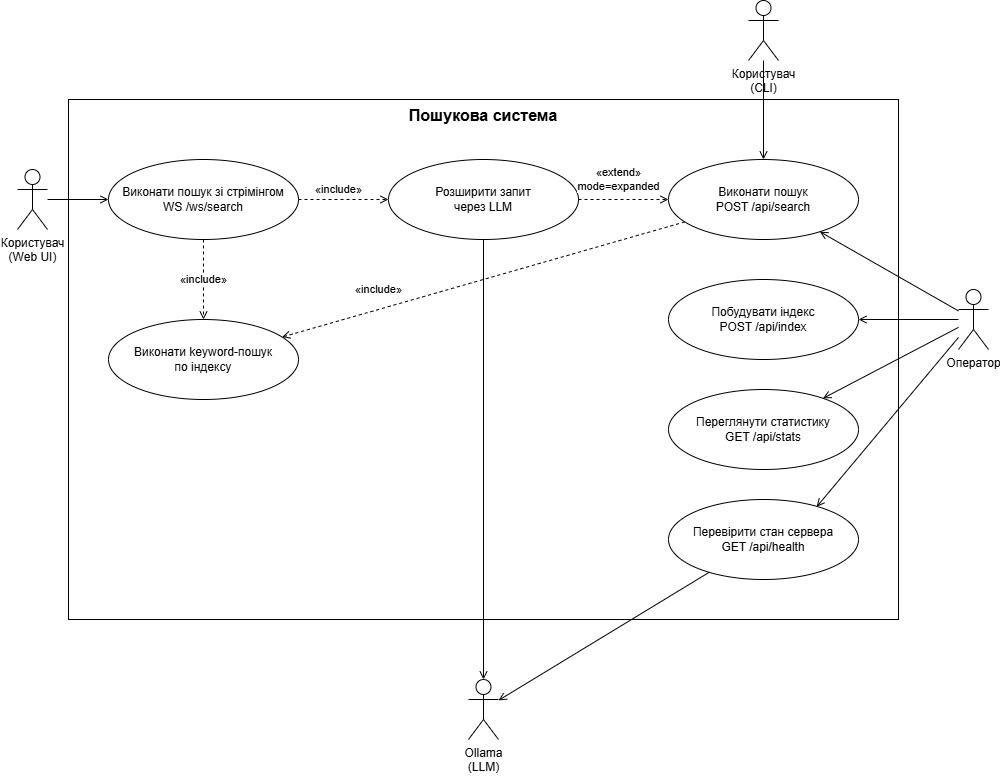
Before: docs/diagrams/use-case.drawio.png, a diagram exported from draw.io (KarasovDmytro/course_work_parallel_computing). Source tidied: cells renumbered, new cells last; positions are measured from the earlier drawing's top-left corner, leaving out a move shared by most shapes.
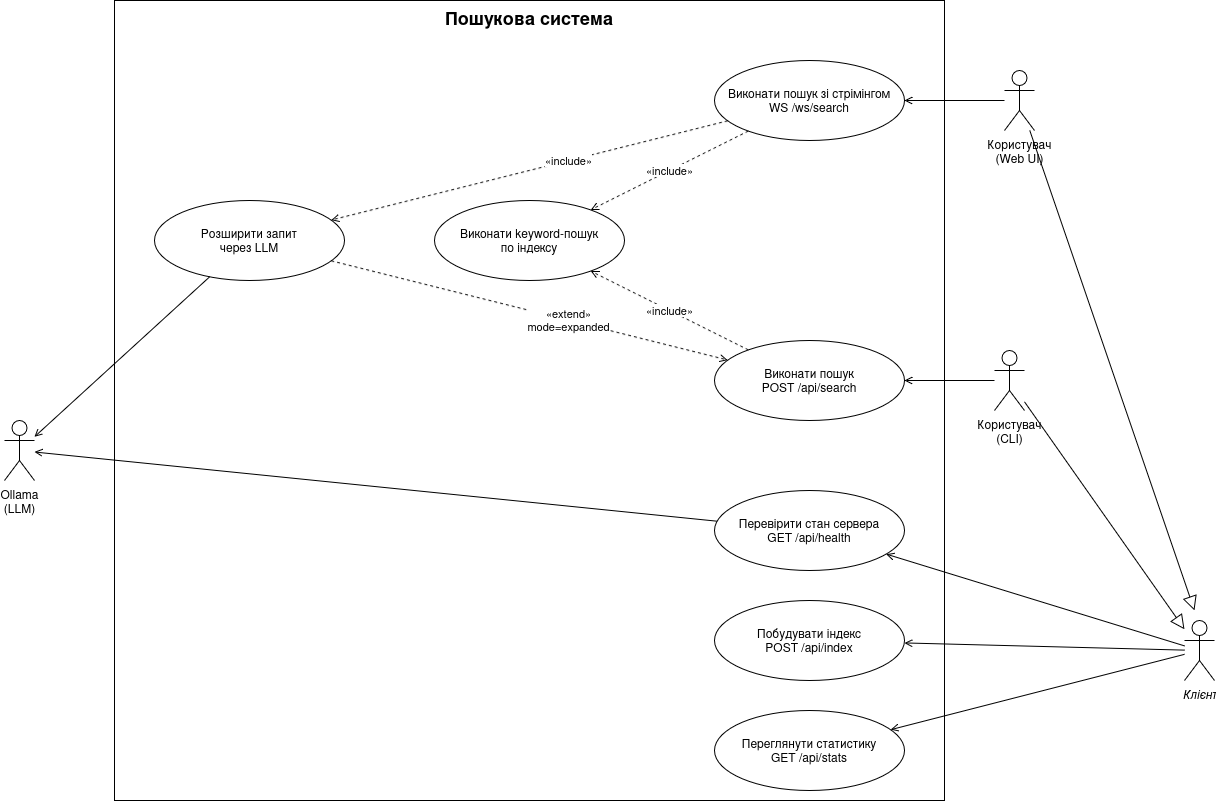
After the commit.

What changed in the source:
```diff
@@ -2,74 +2,76 @@
   <root>
     <mxCell id="0" />
     <mxCell id="1" parent="0" />
-    <mxCell id="2" value="&lt;font style=&quot;font-size: 16px;&quot;&gt;Пошукова система&lt;/font&gt;" style="rounded=0;whiteSpace=wrap;html=1;verticalAlign=top;fillColor=none;fontStyle=1;strokeColor=default;labelBorderColor=none;textShadow=0;labelBackgroundColor=none;" parent="1" vertex="1">
-      <mxGeometry x="51" y="99" width="830" height="520" as="geometry" />
+    <mxCell id="2" value="&lt;font style=&quot;font-size: 18px;&quot;&gt;Пошукова система&lt;/font&gt;" style="rounded=0;whiteSpace=wrap;html=1;verticalAlign=top;fillColor=none;fontStyle=1;strokeColor=default;labelBorderColor=none;textShadow=0;labelBackgroundColor=none;" parent="1" vertex="1">
+      <mxGeometry x="151" y="59" width="830" height="800" as="geometry" />
     </mxCell>
     <mxCell id="3" value="Виконати пошук зі стрімінгом&lt;br&gt;WS /ws/search" style="ellipse;whiteSpace=wrap;html=1;fillColor=default;strokeColor=default;align=center;verticalAlign=middle;fontFamily=Helvetica;fontSize=12;fontColor=default;" parent="1" vertex="1">
-      <mxGeometry x="91" y="159" width="190" height="80" as="geometry" />
+      <mxGeometry x="751" y="119" width="190" height="80" as="geometry" />
     </mxCell>
-    <mxCell id="4" value="Розширити запит&lt;br&gt;через LLM" style="ellipse;whiteSpace=wrap;html=1;fillColor=default;strokeColor=default;align=center;verticalAlign=middle;fontFamily=Helvetica;fontSize=12;fontColor=default;" parent="1" vertex="1">
-      <mxGeometry x="371" y="159" width="190" height="80" as="geometry" />
-    </mxCell>
     <mxCell id="5" value="Виконати пошук&lt;br&gt;POST /api/search" style="ellipse;whiteSpace=wrap;html=1;fillColor=default;strokeColor=default;align=center;verticalAlign=middle;fontFamily=Helvetica;fontSize=12;fontColor=default;" parent="1" vertex="1">
-      <mxGeometry x="651" y="159" width="190" height="80" as="geometry" />
+      <mxGeometry x="751" y="399" width="190" height="80" as="geometry" />
     </mxCell>
     <mxCell id="6" value="Виконати keyword-пошук&lt;br&gt;по індексу" style="ellipse;whiteSpace=wrap;html=1;fillColor=default;strokeColor=default;align=center;verticalAlign=middle;fontFamily=Helvetica;fontSize=12;fontColor=default;" parent="1" vertex="1">
-      <mxGeometry x="91" y="319" width="190" height="80" as="geometry" />
+      <mxGeometry x="471" y="259" width="190" height="80" as="geometry" />
     </mxCell>
+    <mxCell id="4" value="Розширити запит&lt;br&gt;через LLM" style="ellipse;whiteSpace=wrap;html=1;fillColor=default;strokeColor=default;align=center;verticalAlign=middle;fontFamily=Helvetica;fontSize=12;fontColor=default;" parent="1" vertex="1">
+      <mxGeometry x="191" y="259" width="190" height="80" as="geometry" />
+    </mxCell>
+    <mxCell id="9" value="Перевірити стан сервера&lt;br&gt;GET /api/health" style="ellipse;whiteSpace=wrap;html=1;fillColor=default;strokeColor=default;align=center;verticalAlign=middle;fontFamily=Helvetica;fontSize=12;fontColor=default;" parent="1" vertex="1">
+      <mxGeometry x="751" y="549" width="190" height="80" as="geometry" />
+    </mxCell>
     <mxCell id="7" value="Побудувати індекс&lt;br&gt;POST /api/index" style="ellipse;whiteSpace=wrap;html=1;fillColor=default;strokeColor=default;align=center;verticalAlign=middle;fontFamily=Helvetica;fontSize=12;fontColor=default;" parent="1" vertex="1">
-      <mxGeometry x="651" y="279" width="190" height="80" as="geometry" />
+      <mxGeometry x="751" y="659" width="190" height="80" as="geometry" />
     </mxCell>
     <mxCell id="8" value="Переглянути статистику&lt;br&gt;GET /api/stats" style="ellipse;whiteSpace=wrap;html=1;fillColor=default;strokeColor=default;align=center;verticalAlign=middle;fontFamily=Helvetica;fontSize=12;fontColor=default;" parent="1" vertex="1">
-      <mxGeometry x="651" y="389" width="190" height="80" as="geometry" />
+      <mxGeometry x="751" y="769" width="190" height="80" as="geometry" />
     </mxCell>
-    <mxCell id="9" value="Перевірити стан сервера&lt;br&gt;GET /api/health" style="ellipse;whiteSpace=wrap;html=1;fillColor=default;strokeColor=default;align=center;verticalAlign=middle;fontFamily=Helvetica;fontSize=12;fontColor=default;" parent="1" vertex="1">
-      <mxGeometry x="651" y="499" width="190" height="80" as="geometry" />
-    </mxCell>
     <mxCell id="10" value="Користувач&lt;br&gt;(Web UI)" style="shape=umlActor;verticalLabelPosition=bottom;verticalAlign=top;html=1;outlineConnect=0;" parent="1" vertex="1">
-      <mxGeometry y="169" width="30" height="60" as="geometry" />
+      <mxGeometry x="1041" y="129" width="30" height="60" as="geometry" />
     </mxCell>
     <mxCell id="11" value="Користувач&lt;br&gt;(CLI)" style="shape=umlActor;verticalLabelPosition=bottom;verticalAlign=top;html=1;outlineConnect=0;" parent="1" vertex="1">
-      <mxGeometry x="731" width="30" height="60" as="geometry" />
+      <mxGeometry x="1031" y="409" width="30" height="60" as="geometry" />
     </mxCell>
-    <mxCell id="12" value="Оператор" style="shape=umlActor;verticalLabelPosition=bottom;verticalAlign=top;html=1;outlineConnect=0;strokeColor=default;align=center;fontFamily=Helvetica;fontSize=12;fontColor=default;fillColor=default;" parent="1" vertex="1">
-      <mxGeometry x="941" y="289" width="30" height="60" as="geometry" />
-    </mxCell>
+    <mxCell id="26" value="Клієнт" style="shape=umlActor;verticalLabelPosition=bottom;verticalAlign=top;html=1;outlineConnect=0;fontStyle=2;" parent="1" vertex="1">
+      <mxGeometry x="1221" y="679" width="30" height="60" as="geometry" />
+    </mxCell>
     <mxCell id="13" value="Ollama&lt;br&gt;(LLM)" style="shape=umlActor;verticalLabelPosition=bottom;verticalAlign=top;html=1;outlineConnect=0;" parent="1" vertex="1">
-      <mxGeometry x="451" y="679" width="30" height="60" as="geometry" />
+      <mxGeometry x="41" y="479" width="30" height="60" as="geometry" />
     </mxCell>
+    <mxCell id="27" style="html=1;endArrow=block;endFill=0;endSize=12;" parent="1" edge="1" source="10">
+      <mxGeometry relative="1" as="geometry">
+        <mxPoint x="1231" y="669" as="targetPoint" />
+      </mxGeometry>
+    </mxCell>
+    <mxCell id="28" style="html=1;endArrow=block;endFill=0;endSize=12;" parent="1" edge="1" source="11" target="26">
+      <mxGeometry relative="1" as="geometry" />
+    </mxCell>
+    <mxCell id="29" style="html=1;endArrow=open;endFill=0;" parent="1" edge="1" source="26" target="9">
+      <mxGeometry relative="1" as="geometry" />
+    </mxCell>
+    <mxCell id="30" style="html=1;endArrow=open;endFill=0;" parent="1" edge="1" source="26" target="7">
+      <mxGeometry relative="1" as="geometry" />
+    </mxCell>
+    <mxCell id="31" style="html=1;endArrow=open;endFill=0;" parent="1" edge="1" source="26" target="8">
+      <mxGeometry relative="1" as="geometry" />
+    </mxCell>
     <mxCell id="14" style="html=1;endArrow=open;endFill=0;" parent="1" edge="1" source="10" target="3">
       <mxGeometry relative="1" as="geometry" />
     </mxCell>
     <mxCell id="15" style="html=1;endArrow=open;endFill=0;" parent="1" edge="1" source="11" target="5">
       <mxGeometry relative="1" as="geometry" />
     </mxCell>
-    <mxCell id="16" style="html=1;endArrow=open;endFill=0;" parent="1" edge="1" source="12" target="5">
-      <mxGeometry relative="1" as="geometry" />
-    </mxCell>
-    <mxCell id="17" style="html=1;endArrow=open;endFill=0;" parent="1" edge="1" source="12" target="7">
-      <mxGeometry relative="1" as="geometry" />
-    </mxCell>
-    <mxCell id="18" style="html=1;endArrow=open;endFill=0;" parent="1" edge="1" source="12" target="8">
-      <mxGeometry relative="1" as="geometry" />
-    </mxCell>
-    <mxCell id="19" style="html=1;endArrow=open;endFill=0;entryX=0.78;entryY=0.091;entryDx=0;entryDy=0;entryPerimeter=0;" parent="1" edge="1" source="12" target="9">
-      <mxGeometry relative="1" as="geometry" />
-    </mxCell>
-    <mxCell id="20" value="«include»" style="html=1;dashed=1;endArrow=open;endFill=0;labelBackgroundColor=#FFFFFF;" parent="1" edge="1">
-      <mxGeometry x="-0.11" y="10" relative="1" as="geometry">
-        <mxPoint x="281" y="199" as="sourcePoint" />
-        <mxPoint x="371" y="199" as="targetPoint" />
-      </mxGeometry>
+    <mxCell id="20" value="«include»" style="html=1;dashed=1;endArrow=open;endFill=0;labelBackgroundColor=#FFFFFF;" parent="1" edge="1" source="3" target="4">
+      <mxGeometry x="-0.2" relative="1" as="geometry" />
     </mxCell>
     <mxCell id="21" value="«include»" style="html=1;dashed=1;endArrow=open;endFill=0;labelBackgroundColor=#FFFFFF;" parent="1" edge="1" source="3" target="6">
       <mxGeometry relative="1" as="geometry" />
     </mxCell>
     <mxCell id="22" value="«include»" style="html=1;dashed=1;endArrow=open;endFill=0;labelBackgroundColor=#FFFFFF;" parent="1" edge="1" source="5" target="6">
-      <mxGeometry x="0.5" y="-19" relative="1" as="geometry" />
+      <mxGeometry relative="1" as="geometry" />
     </mxCell>
     <mxCell id="23" value="«extend»&lt;br&gt;mode=expanded" style="html=1;dashed=1;endArrow=open;endFill=0;labelBackgroundColor=#FFFFFF;" parent="1" edge="1" source="4" target="5">
-      <mxGeometry x="-0.11" y="20" relative="1" as="geometry" />
+      <mxGeometry x="0.2" relative="1" as="geometry" />
     </mxCell>
     <mxCell id="24" style="html=1;endArrow=open;endFill=0;" parent="1" edge="1" source="4" target="13">
       <mxGeometry relative="1" as="geometry" />
```
